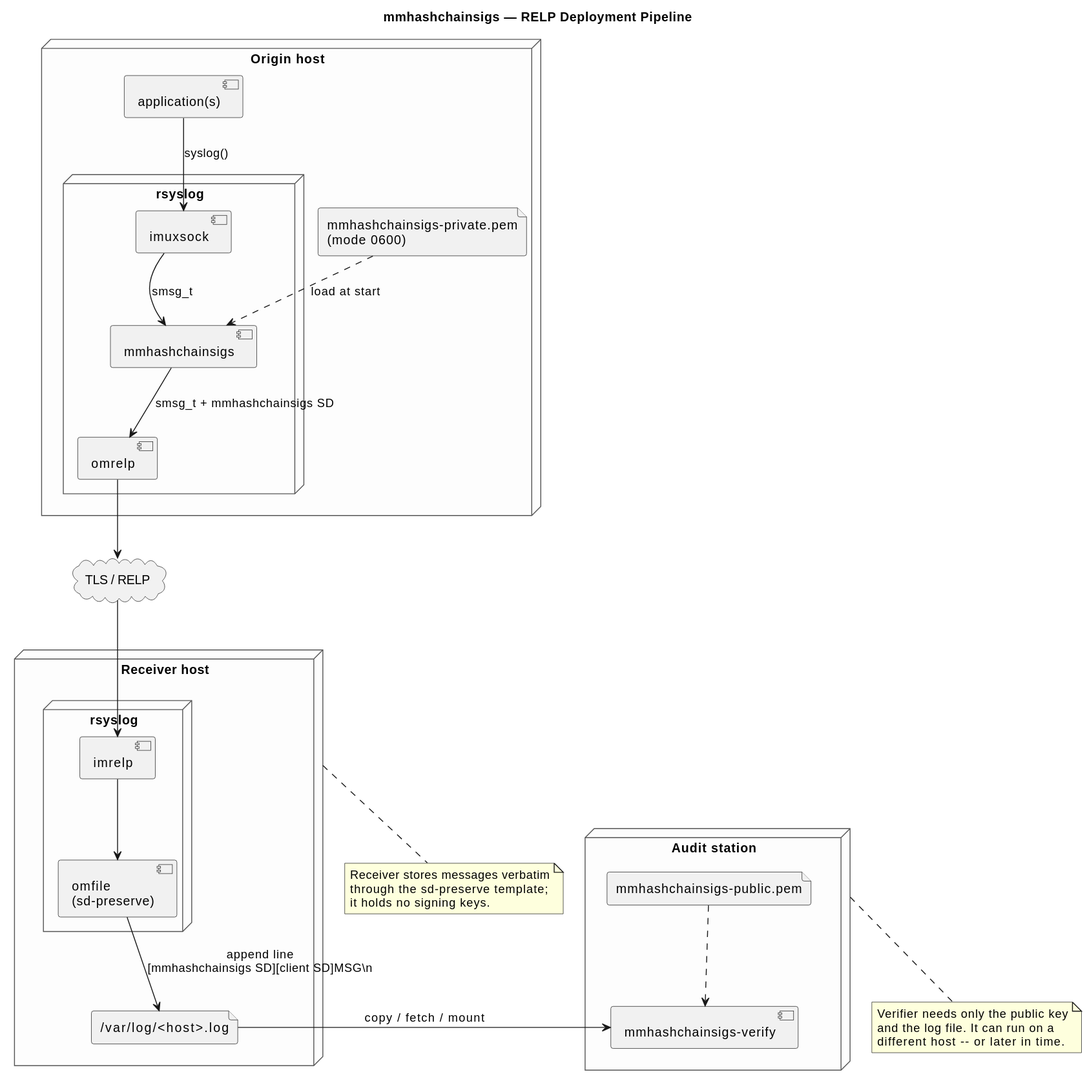
The PlantUML diagram docs/diagrams/pipeline.svg in hildstrom/mmhashchainsigs, before a commit.
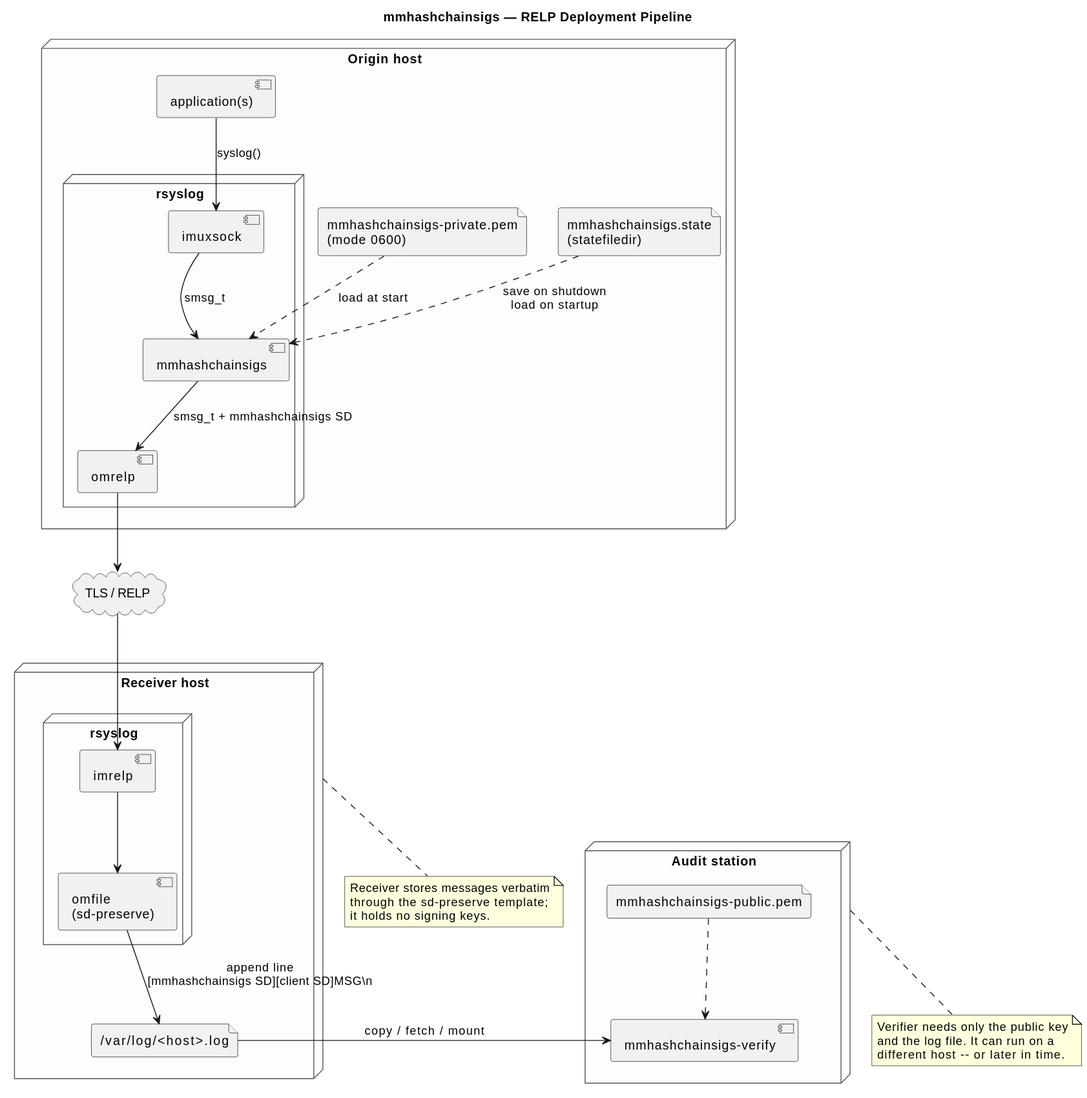
After the change.

Change to the diagram source:
```diff
@@ -15,6 +15,7 @@
         component "omrelp" as RelpOut
     }
     file "mmhashchainsigs-private.pem\n(mode 0600)" as PrivKey
+    file "mmhashchainsigs.state\n(statefiledir)" as StateFile
 }
 
 cloud "TLS / RELP" as RELP
@@ -36,6 +37,7 @@
 InA --> MMA : smsg_t
 MMA --> RelpOut : smsg_t + mmhashchainsigs SD
 PrivKey ..> MMA : load at start
+StateFile ..> MMA : save on shutdown\nload on startup
 RelpOut --> RELP
 RELP --> RelpIn
 RelpIn --> OmfileB
```
